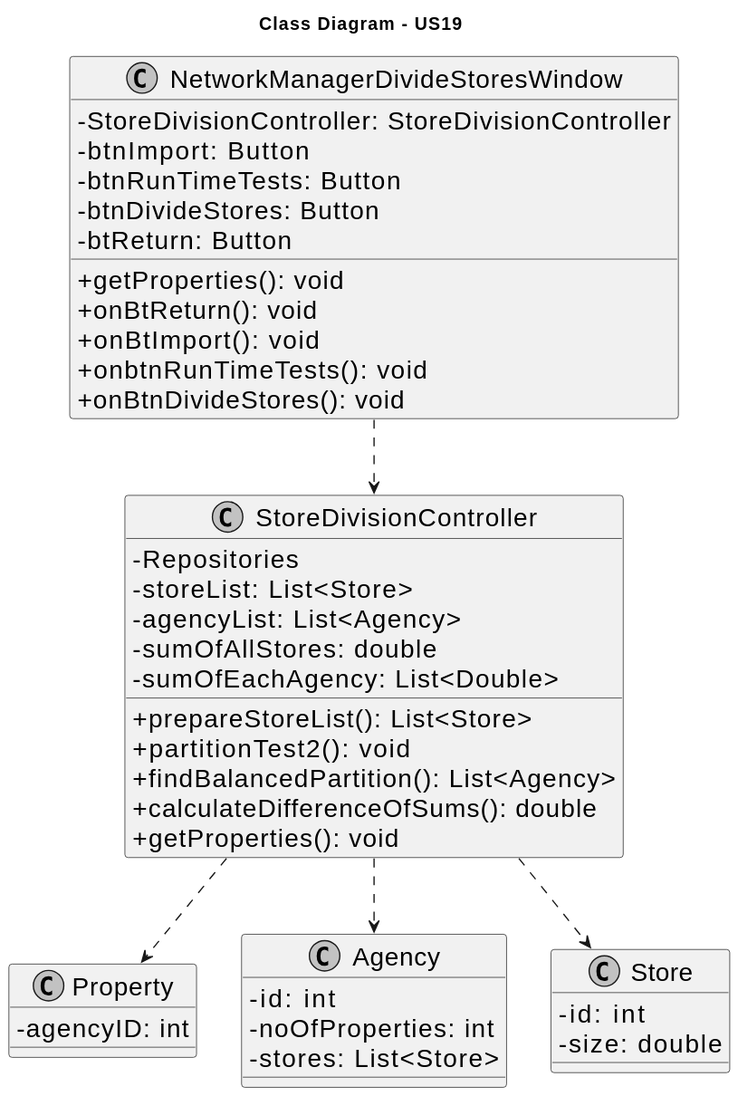
Before: docs/sprintD/us019/03.design/svg/us019-class-diagram.svg, a diagram exported from PlantUML (Goncalves2525/real-estate-management-system).
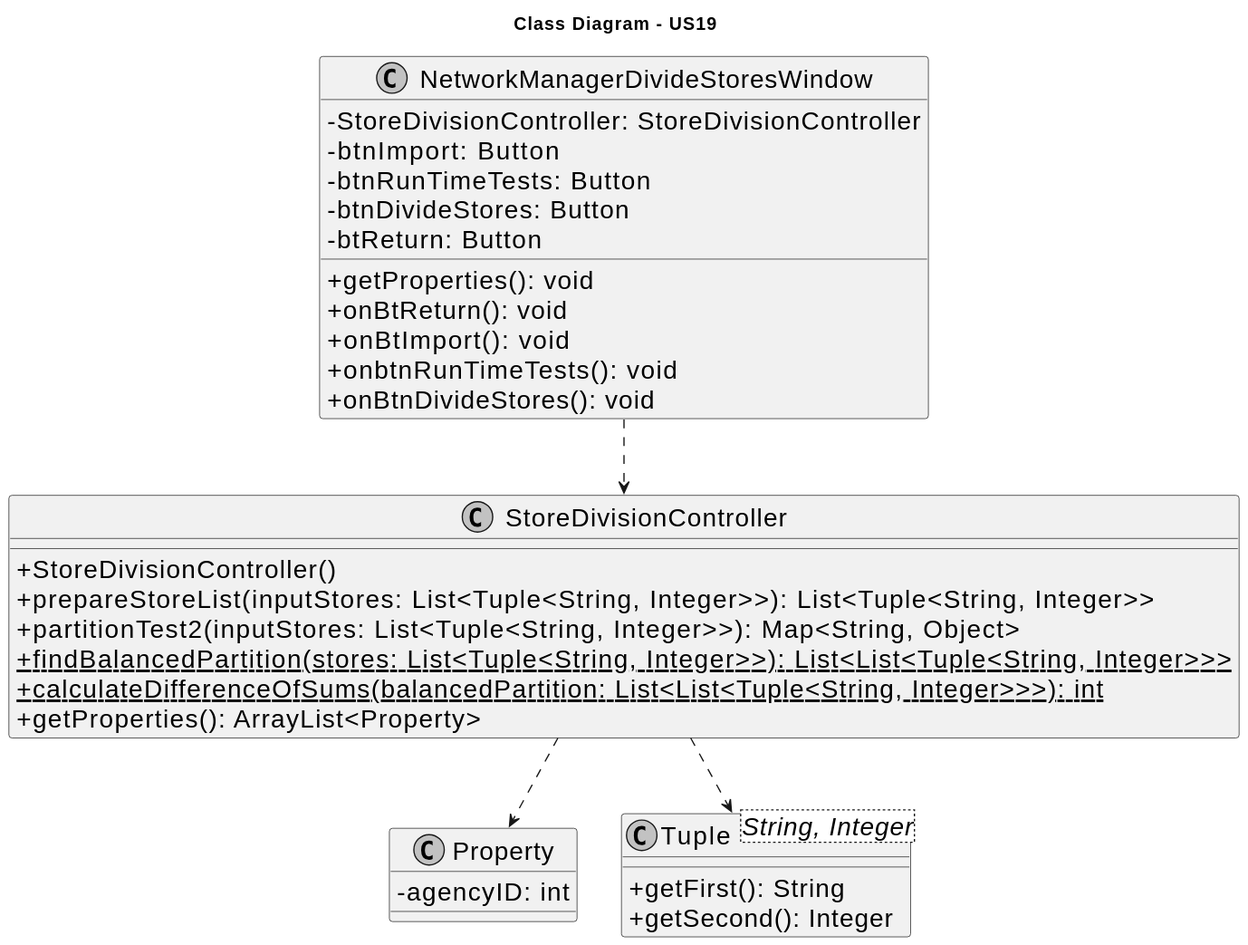
The same diagram one commit later.

What changed in the source:
```diff
@@ -9,26 +9,21 @@
 title Class Diagram - US19
 
 class StoreDivisionController {
-    - Repositories
-    - storeList: List<Store>
-    - agencyList: List<Agency>
-    - sumOfAllStores: double
-    - sumOfEachAgency: List<Double>
-    + prepareStoreList(): List<Store>
-    + partitionTest2(): void
-    + findBalancedPartition(): List<Agency>
-    + calculateDifferenceOfSums(): double
-    + getProperties(): void
+    + StoreDivisionController()
+    + prepareStoreList(inputStores: List<Tuple<String, Integer>>): List<Tuple<String, Integer>>
+    + partitionTest2(inputStores: List<Tuple<String, Integer>>): Map<String, Object>
+    + {static} findBalancedPartition(stores: List<Tuple<String, Integer>>): List<List<Tuple<String, Integer>>>
+    + {static} calculateDifferenceOfSums(balancedPartition: List<List<Tuple<String, Integer>>>): int
+    + getProperties(): ArrayList<Property>
 }
 
 class Property {
     - agencyID: int
 }
 
-class Agency {
-    - id: int
-    - noOfProperties: int
-    - stores: List<Store>
+class Tuple<String, Integer> {
+    + getFirst(): String
+    + getSecond(): Integer
 }
 
 class NetworkManagerDivideStoresWindow {
@@ -44,13 +39,7 @@
     + onBtnDivideStores(): void
 }
 
-class Store {
-    - id: int
-    - size: double
-}
-
 StoreDivisionController ..> Property
-StoreDivisionController ..> Agency
-StoreDivisionController ..> Store
+StoreDivisionController ..> Tuple
 NetworkManagerDivideStoresWindow ..> StoreDivisionController
 @enduml
```
